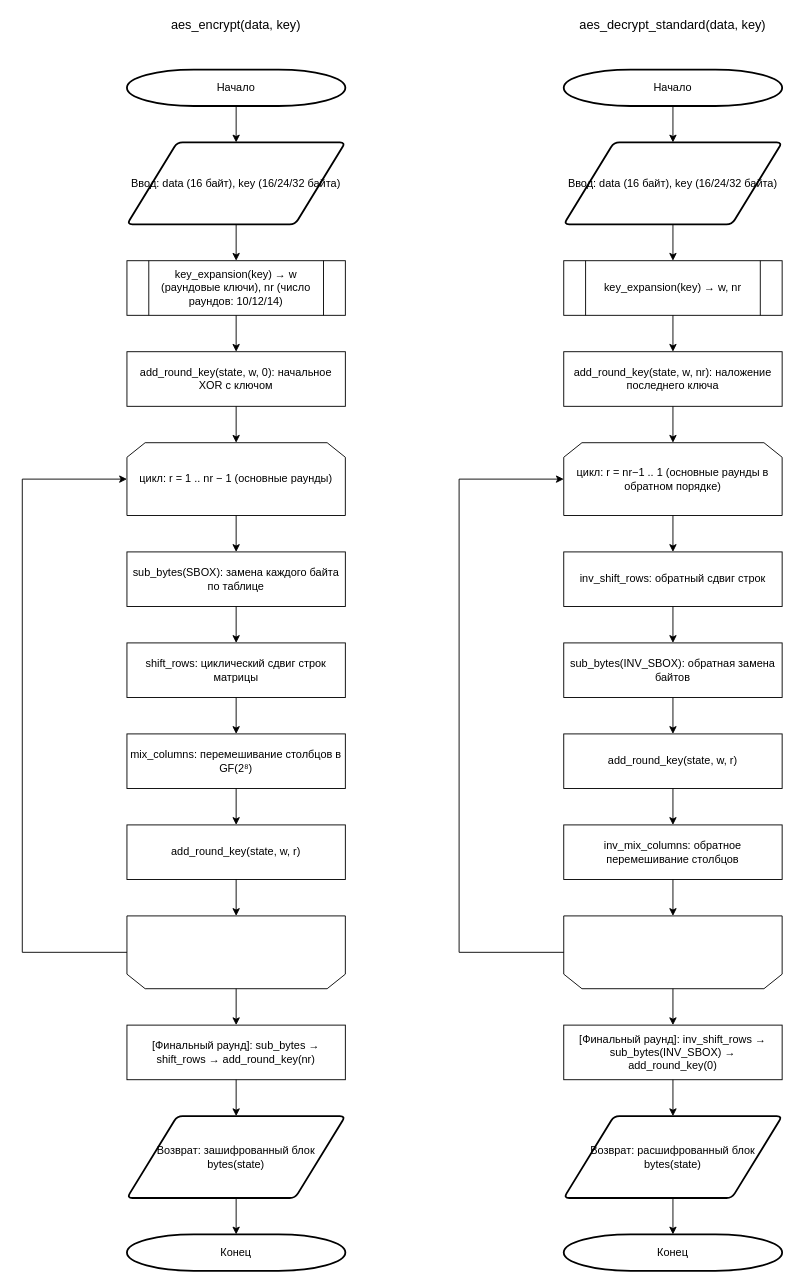
Above: aes_diagram.drawio in Laincetta/mospolytech-cryptography (draw.io), before the change. Source tidied: cells renumbered, new cells numbered last; positions are measured from the earlier drawing's top-left corner, leaving out a move shared by most shapes. Both pictures are drawn from the tidied source at 91%, with x=0, y=0 at pixel (22, 15).
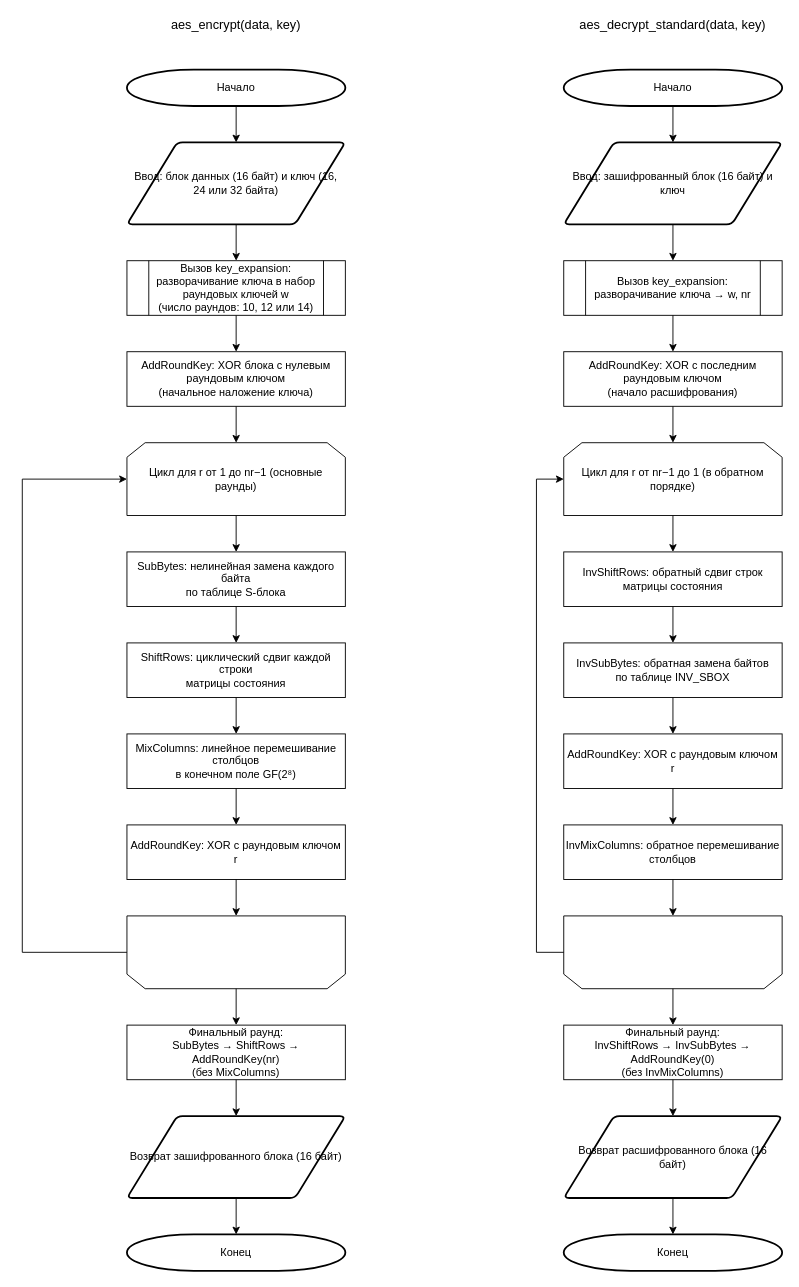
Above is the later version.

The change refers to these unchanged cells:
```xml
<mxCell id="41" style="text;html=1;whiteSpace=wrap;strokeColor=none;fillColor=none;opacity=0;" parent="1" vertex="1">
  <mxGeometry x="595" y="989" width="240" height="80" as="geometry" />
</mxCell>
```

Diff of the diagram source:
```diff
@@
-    <mxCell id="4" value="Ввод: data (16 байт), key (16/24/32 байта)" style="shape=parallelogram;html=1;strokeWidth=2;perimeter=parallelogramPerimeter;whiteSpace=wrap;rounded=1;arcSize=12;size=0.23;" parent="1" vertex="1">
+    <mxCell id="4" value="Ввод: блок данных (16 байт) и ключ (16, 24 или 32 байта)" style="shape=parallelogram;html=1;strokeWidth=2;perimeter=parallelogramPerimeter;whiteSpace=wrap;rounded=1;arcSize=12;size=0.23;" parent="1" vertex="1">
       <mxGeometry x="115" y="139" width="240" height="90" as="geometry" />
     </mxCell>
-    <mxCell id="5" value="key_expansion(key) → w (раундовые ключи), nr (число раундов: 10/12/14)" style="shape=process;whiteSpace=wrap;html=1;backgroundOutline=1;" parent="1" vertex="1">
+    <mxCell id="5" value="Вызов key_expansion:&#10;разворачивание ключа в набор раундовых ключей w&#10;(число раундов: 10, 12 или 14)" style="shape=process;whiteSpace=wrap;html=1;backgroundOutline=1;" parent="1" vertex="1">
       <mxGeometry x="115" y="269" width="240" height="60" as="geometry" />
     </mxCell>
-    <mxCell id="6" value="add_round_key(state, w, 0): начальное XOR с ключом" style="rounded=0;whiteSpace=wrap;html=1;" parent="1" vertex="1">
+    <mxCell id="6" value="AddRoundKey: XOR блока с нулевым раундовым ключом&#10;(начальное наложение ключа)" style="rounded=0;whiteSpace=wrap;html=1;" parent="1" vertex="1">
       <mxGeometry x="115" y="369" width="240" height="60" as="geometry" />
     </mxCell>
-    <mxCell id="7" value="цикл: r = 1 .. nr − 1 (основные раунды)" style="shape=loopLimit;whiteSpace=wrap;html=1;" parent="1" vertex="1">
+    <mxCell id="7" value="Цикл для r от 1 до nr−1 (основные раунды)" style="shape=loopLimit;whiteSpace=wrap;html=1;" parent="1" vertex="1">
       <mxGeometry x="115" y="469" width="240" height="80" as="geometry" />
     </mxCell>
-    <mxCell id="8" value="sub_bytes(SBOX): замена каждого байта по таблице" style="rounded=0;whiteSpace=wrap;html=1;" parent="1" vertex="1">
+    <mxCell id="8" value="SubBytes: нелинейная замена каждого байта&#10;по таблице S-блока" style="rounded=0;whiteSpace=wrap;html=1;" parent="1" vertex="1">
       <mxGeometry x="115" y="589" width="240" height="60" as="geometry" />
     </mxCell>
-    <mxCell id="9" value="shift_rows: циклический сдвиг строк матрицы" style="rounded=0;whiteSpace=wrap;html=1;" parent="1" vertex="1">
+    <mxCell id="9" value="ShiftRows: циклический сдвиг каждой строки&#10;матрицы состояния" style="rounded=0;whiteSpace=wrap;html=1;" parent="1" vertex="1">
       <mxGeometry x="115" y="689" width="240" height="60" as="geometry" />
     </mxCell>
-    <mxCell id="10" value="mix_columns: перемешивание столбцов в GF(2⁸)" style="rounded=0;whiteSpace=wrap;html=1;" parent="1" vertex="1">
+    <mxCell id="10" value="MixColumns: линейное перемешивание столбцов&#10;в конечном поле GF(2⁸)" style="rounded=0;whiteSpace=wrap;html=1;" parent="1" vertex="1">
       <mxGeometry x="115" y="789" width="240" height="60" as="geometry" />
     </mxCell>
-    <mxCell id="11" value="add_round_key(state, w, r)" style="rounded=0;whiteSpace=wrap;html=1;" parent="1" vertex="1">
+    <mxCell id="11" value="AddRoundKey: XOR с раундовым ключом r" style="rounded=0;whiteSpace=wrap;html=1;" parent="1" vertex="1">
       <mxGeometry x="115" y="889" width="240" height="60" as="geometry" />
     </mxCell>
@@
-    <mxCell id="14" value="[Финальный раунд]: sub_bytes → shift_rows → add_round_key(nr)" style="rounded=0;whiteSpace=wrap;html=1;" parent="1" vertex="1">
+    <mxCell id="14" value="Финальный раунд:&#10;SubBytes → ShiftRows → AddRoundKey(nr)&#10;(без MixColumns)" style="rounded=0;whiteSpace=wrap;html=1;" parent="1" vertex="1">
       <mxGeometry x="115" y="1109" width="240" height="60" as="geometry" />
     </mxCell>
-    <mxCell id="15" value="Возврат: зашифрованный блок bytes(state)" style="shape=parallelogram;html=1;strokeWidth=2;perimeter=parallelogramPerimeter;whiteSpace=wrap;rounded=1;arcSize=12;size=0.23;" parent="1" vertex="1">
+    <mxCell id="15" value="Возврат зашифрованного блока (16 байт)" style="shape=parallelogram;html=1;strokeWidth=2;perimeter=parallelogramPerimeter;whiteSpace=wrap;rounded=1;arcSize=12;size=0.23;" parent="1" vertex="1">
       <mxGeometry x="115" y="1209" width="240" height="90" as="geometry" />
     </mxCell>
@@
-    <mxCell id="32" value="Ввод: data (16 байт), key (16/24/32 байта)" style="shape=parallelogram;html=1;strokeWidth=2;perimeter=parallelogramPerimeter;whiteSpace=wrap;rounded=1;arcSize=12;size=0.23;" parent="1" vertex="1">
+    <mxCell id="32" value="Ввод: зашифрованный блок (16 байт) и ключ" style="shape=parallelogram;html=1;strokeWidth=2;perimeter=parallelogramPerimeter;whiteSpace=wrap;rounded=1;arcSize=12;size=0.23;" parent="1" vertex="1">
       <mxGeometry x="595" y="139" width="240" height="90" as="geometry" />
     </mxCell>
-    <mxCell id="33" value="key_expansion(key) → w, nr" style="shape=process;whiteSpace=wrap;html=1;backgroundOutline=1;" parent="1" vertex="1">
+    <mxCell id="33" value="Вызов key_expansion: разворачивание ключа → w, nr" style="shape=process;whiteSpace=wrap;html=1;backgroundOutline=1;" parent="1" vertex="1">
       <mxGeometry x="595" y="269" width="240" height="60" as="geometry" />
     </mxCell>
-    <mxCell id="34" value="add_round_key(state, w, nr): наложение последнего ключа" style="rounded=0;whiteSpace=wrap;html=1;" parent="1" vertex="1">
+    <mxCell id="34" value="AddRoundKey: XOR с последним раундовым ключом&#10;(начало расшифрования)" style="rounded=0;whiteSpace=wrap;html=1;" parent="1" vertex="1">
       <mxGeometry x="595" y="369" width="240" height="60" as="geometry" />
     </mxCell>
-    <mxCell id="35" value="цикл: r = nr−1 .. 1 (основные раунды в обратном порядке)" style="shape=loopLimit;whiteSpace=wrap;html=1;" parent="1" vertex="1">
+    <mxCell id="35" value="Цикл для r от nr−1 до 1 (в обратном порядке)" style="shape=loopLimit;whiteSpace=wrap;html=1;" parent="1" vertex="1">
       <mxGeometry x="595" y="469" width="240" height="80" as="geometry" />
     </mxCell>
-    <mxCell id="36" value="inv_shift_rows: обратный сдвиг строк" style="rounded=0;whiteSpace=wrap;html=1;" parent="1" vertex="1">
+    <mxCell id="36" value="InvShiftRows: обратный сдвиг строк матрицы состояния" style="rounded=0;whiteSpace=wrap;html=1;" parent="1" vertex="1">
       <mxGeometry x="595" y="589" width="240" height="60" as="geometry" />
     </mxCell>
-    <mxCell id="37" value="sub_bytes(INV_SBOX): обратная замена байтов" style="rounded=0;whiteSpace=wrap;html=1;" parent="1" vertex="1">
+    <mxCell id="37" value="InvSubBytes: обратная замена байтов&#10;по таблице INV_SBOX" style="rounded=0;whiteSpace=wrap;html=1;" parent="1" vertex="1">
       <mxGeometry x="595" y="689" width="240" height="60" as="geometry" />
     </mxCell>
-    <mxCell id="38" value="add_round_key(state, w, r)" style="rounded=0;whiteSpace=wrap;html=1;" parent="1" vertex="1">
+    <mxCell id="38" value="AddRoundKey: XOR с раундовым ключом r" style="rounded=0;whiteSpace=wrap;html=1;" parent="1" vertex="1">
       <mxGeometry x="595" y="789" width="240" height="60" as="geometry" />
     </mxCell>
-    <mxCell id="39" value="inv_mix_columns: обратное перемешивание столбцов" style="rounded=0;whiteSpace=wrap;html=1;" parent="1" vertex="1">
+    <mxCell id="39" value="InvMixColumns: обратное перемешивание столбцов" style="rounded=0;whiteSpace=wrap;html=1;" parent="1" vertex="1">
       <mxGeometry x="595" y="889" width="240" height="60" as="geometry" />
     </mxCell>
@@
-    <mxCell id="42" value="[Финальный раунд]: inv_shift_rows → sub_bytes(INV_SBOX) → add_round_key(0)" style="rounded=0;whiteSpace=wrap;html=1;" parent="1" vertex="1">
+    <mxCell id="42" value="Финальный раунд:&#10;InvShiftRows → InvSubBytes → AddRoundKey(0)&#10;(без InvMixColumns)" style="rounded=0;whiteSpace=wrap;html=1;" parent="1" vertex="1">
       <mxGeometry x="595" y="1109" width="240" height="60" as="geometry" />
     </mxCell>
-    <mxCell id="43" value="Возврат: расшифрованный блок bytes(state)" style="shape=parallelogram;html=1;strokeWidth=2;perimeter=parallelogramPerimeter;whiteSpace=wrap;rounded=1;arcSize=12;size=0.23;" parent="1" vertex="1">
+    <mxCell id="43" value="Возврат расшифрованного блока (16 байт)" style="shape=parallelogram;html=1;strokeWidth=2;perimeter=parallelogramPerimeter;whiteSpace=wrap;rounded=1;arcSize=12;size=0.23;" parent="1" vertex="1">
       <mxGeometry x="595" y="1209" width="240" height="90" as="geometry" />
     </mxCell>
@@
     <mxCell id="54" style="edgeStyle=orthogonalEdgeStyle;rounded=0;jettySize=auto;html=1;exitX=0;exitY=0.5;exitDx=0;exitDy=0;entryX=0;entryY=0.5;entryDx=0;entryDy=0;" parent="1" edge="1" source="41" target="35">
       <mxGeometry relative="1" as="geometry">
         <Array as="points">
-          <mxPoint x="480" y="1029" />
-          <mxPoint x="480" y="509" />
+          <mxPoint x="565" y="1029" />
+          <mxPoint x="565" y="509" />
         </Array>
       </mxGeometry>
     </mxCell>
```
